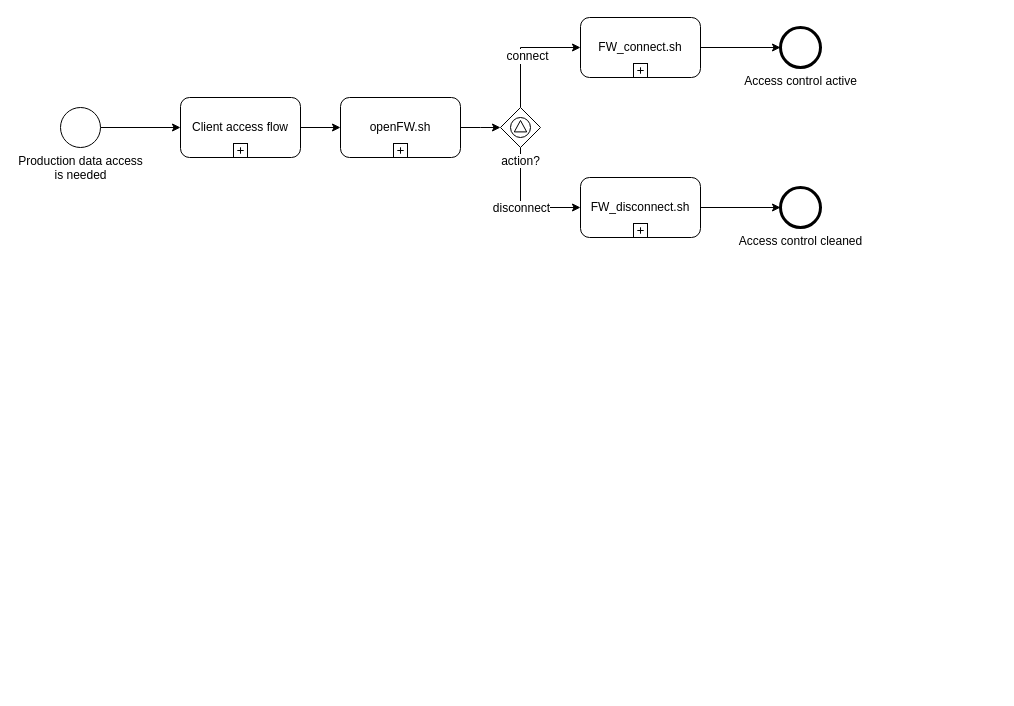
GlennDeSmedt/GlennDeSmedt.github.io keeps this draw.io diagram as page "Overall new" (2 of 7) of OVPN Flow.drawio. Above is the earlier version. Source tidied: cells renumbered, new cells numbered last; positions are measured from the earlier drawing's top-left corner, leaving out a move shared by most shapes. Both pictures are drawn from the tidied source at 100%, with x=0, y=0 at pixel (60, 17).
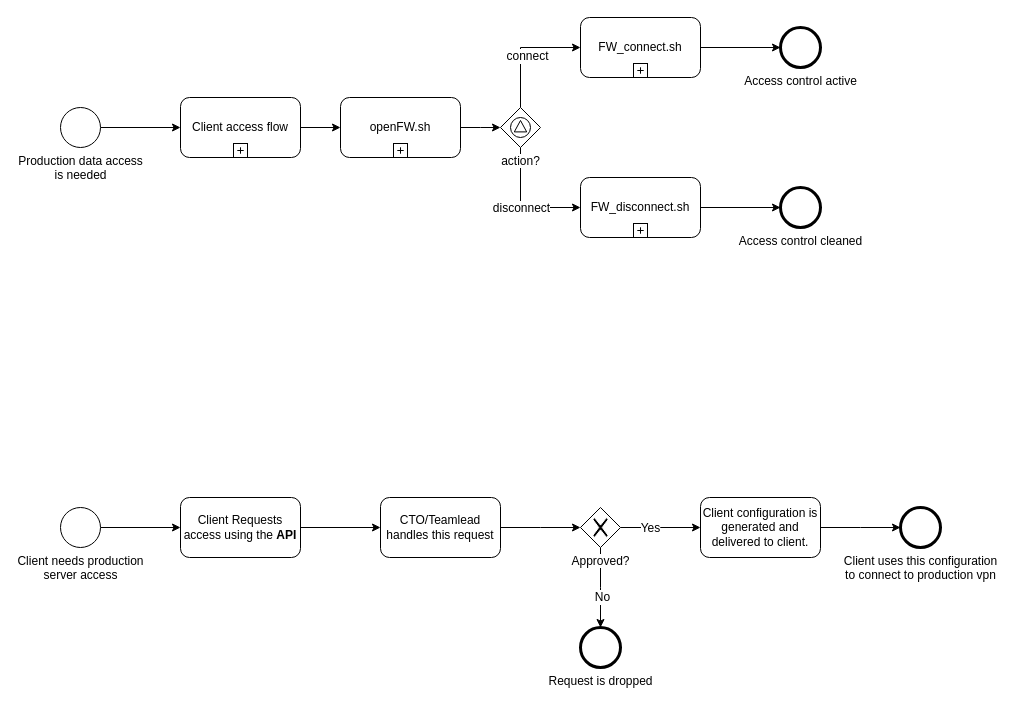
After the change.

What changed in the source:
```diff
@@
+    <mxCell id="23" style="edgeStyle=orthogonalEdgeStyle;rounded=0;jettySize=auto;html=1;" parent="1" edge="1" source="24" target="26">
+      <mxGeometry relative="1" as="geometry" />
+    </mxCell>
+    <mxCell id="24" value="Client needs production&lt;br&gt;server access&lt;br&gt;" style="shape=mxgraph.bpmn.shape;html=1;verticalLabelPosition=bottom;labelBackgroundColor=#ffffff;verticalAlign=top;align=center;perimeter=ellipsePerimeter;outlineConnect=0;outline=standard;symbol=general;" parent="1" vertex="1">
+      <mxGeometry y="490" width="40" height="40" as="geometry" />
+    </mxCell>
+    <mxCell id="25" style="edgeStyle=orthogonalEdgeStyle;rounded=0;jettySize=auto;html=1;" parent="1" edge="1" source="26" target="28">
+      <mxGeometry relative="1" as="geometry" />
+    </mxCell>
+    <mxCell id="26" value="Client Requests access using the &lt;b&gt;API&lt;/b&gt;" style="shape=ext;rounded=1;html=1;whiteSpace=wrap;" parent="1" vertex="1">
+      <mxGeometry x="120" y="480" width="120" height="60" as="geometry" />
+    </mxCell>
+    <mxCell id="27" style="edgeStyle=orthogonalEdgeStyle;rounded=0;jettySize=auto;html=1;" parent="1" edge="1" source="28">
+      <mxGeometry relative="1" as="geometry">
+        <mxPoint x="520" y="510" as="targetPoint" />
+      </mxGeometry>
+    </mxCell>
+    <mxCell id="28" value="CTO/Teamlead handles this request" style="shape=ext;rounded=1;html=1;whiteSpace=wrap;" parent="1" vertex="1">
+      <mxGeometry x="320" y="480" width="120" height="60" as="geometry" />
+    </mxCell>
+    <mxCell id="29" style="edgeStyle=orthogonalEdgeStyle;rounded=0;jettySize=auto;html=1;" parent="1" edge="1" source="33">
+      <mxGeometry relative="1" as="geometry">
+        <mxPoint x="640" y="510" as="targetPoint" />
+      </mxGeometry>
+    </mxCell>
+    <mxCell id="30" value="Yes" style="text;html=1;align=center;verticalAlign=middle;labelBackgroundColor=#ffffff;" parent="29" vertex="1">
+      <mxGeometry x="-0.28" relative="1" as="geometry" />
+    </mxCell>
+    <mxCell id="31" style="edgeStyle=orthogonalEdgeStyle;rounded=0;jettySize=auto;html=1;" parent="1" edge="1" source="33">
+      <mxGeometry relative="1" as="geometry">
+        <mxPoint x="540" y="610" as="targetPoint" />
+      </mxGeometry>
+    </mxCell>
+    <mxCell id="32" value="No" style="text;html=1;align=center;verticalAlign=middle;labelBackgroundColor=#ffffff;" parent="31" vertex="1">
+      <mxGeometry x="0.23" y="1" relative="1" as="geometry" />
+    </mxCell>
+    <mxCell id="33" value="Approved?" style="shape=mxgraph.bpmn.shape;html=1;verticalLabelPosition=bottom;labelBackgroundColor=#ffffff;verticalAlign=top;align=center;perimeter=rhombusPerimeter;background=gateway;outlineConnect=0;outline=none;symbol=exclusiveGw;" parent="1" vertex="1">
+      <mxGeometry x="520" y="490" width="40" height="40" as="geometry" />
+    </mxCell>
+    <mxCell id="34" style="edgeStyle=orthogonalEdgeStyle;rounded=0;jettySize=auto;html=1;" parent="1" edge="1" source="35">
+      <mxGeometry relative="1" as="geometry">
+        <mxPoint x="840" y="510" as="targetPoint" />
+      </mxGeometry>
+    </mxCell>
+    <mxCell id="35" value="Client configuration is generated and delivered to client." style="shape=ext;rounded=1;html=1;whiteSpace=wrap;" parent="1" vertex="1">
+      <mxGeometry x="640" y="480" width="120" height="60" as="geometry" />
+    </mxCell>
+    <mxCell id="36" value="Request is dropped" style="shape=mxgraph.bpmn.shape;html=1;verticalLabelPosition=bottom;labelBackgroundColor=#ffffff;verticalAlign=top;align=center;perimeter=ellipsePerimeter;outline=end;symbol=general;" parent="1" vertex="1">
+      <mxGeometry x="520" y="610" width="40" height="40" as="geometry" />
+    </mxCell>
+    <mxCell id="37" value="Client uses this configuration &lt;br&gt;to connect to production vpn" style="shape=mxgraph.bpmn.shape;html=1;verticalLabelPosition=bottom;labelBackgroundColor=#ffffff;verticalAlign=top;align=center;perimeter=ellipsePerimeter;outline=end;symbol=general;" parent="1" vertex="1">
+      <mxGeometry x="840" y="490" width="40" height="40" as="geometry" />
+    </mxCell>
```
